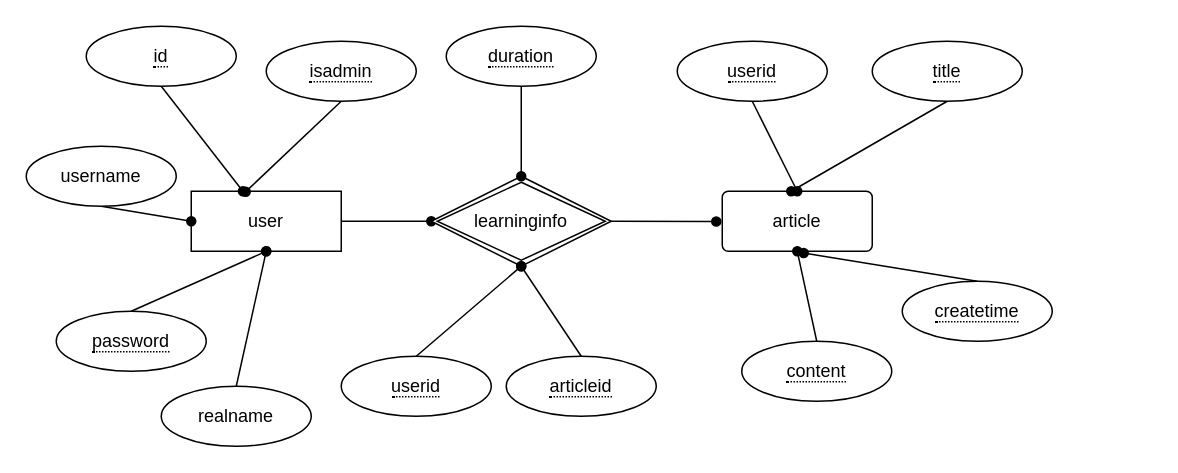
Before: Untitled Diagram.drawio in suckitfa/-, a draw.io diagram. Source tidied: cells renumbered, new cells numbered last; positions are measured from the earlier drawing's top-left corner, leaving out a move shared by most shapes. Both pictures are drawn from the tidied source at 150%, with x=0, y=0 at pixel (26, 26).
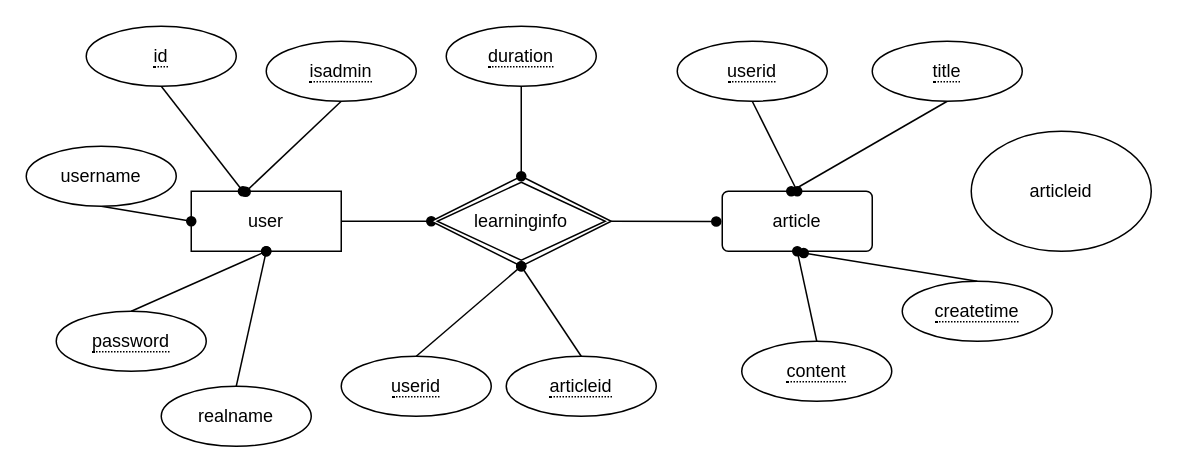
Above is the later version.

Commit message:
更新数据库表

Change to the diagram source:
```diff
@@
+    <mxCell id="31" value="articleid" style="ellipse;whiteSpace=wrap;html=1;" parent="1" vertex="1">
+      <mxGeometry x="630" y="70" width="120" height="80" as="geometry" />
+    </mxCell>
```
